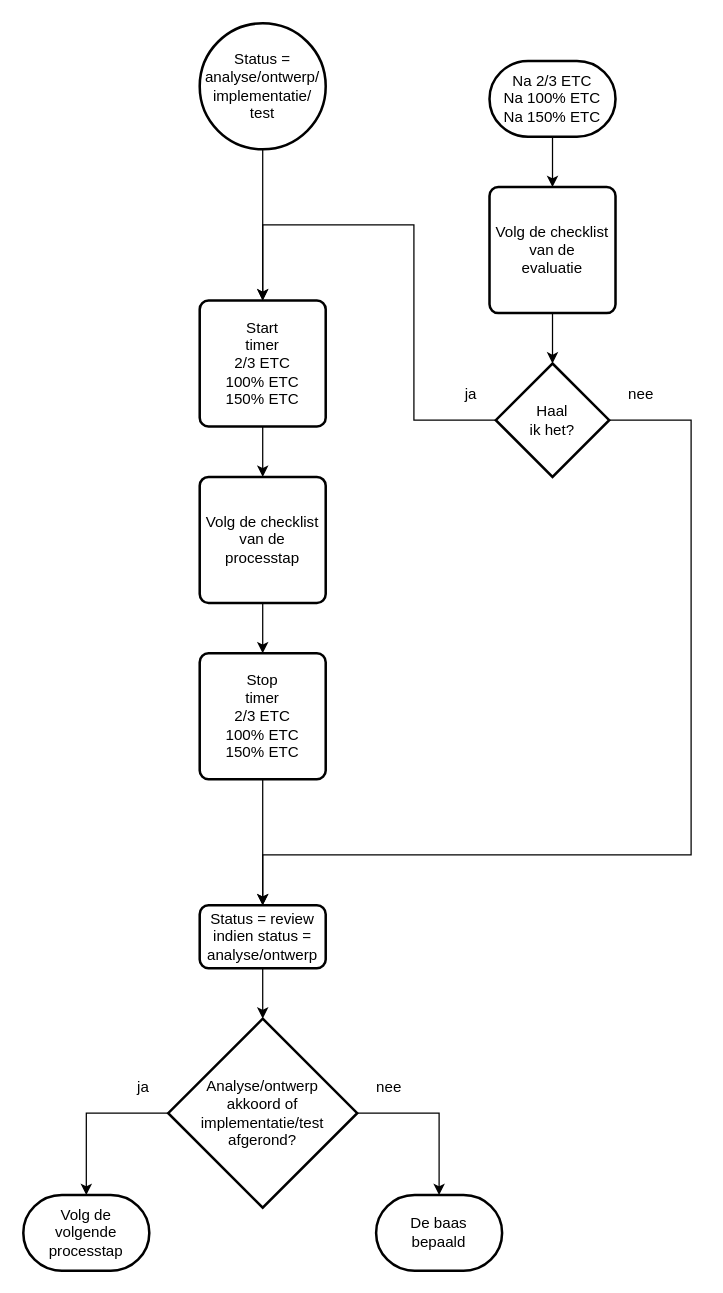
Earlier version of the draw.io diagram 2 Issue Tracker tijdtriggers.drawio (Zaibatsu89/IssueTracker). Source tidied: cells renumbered, new cells numbered last; positions are measured from the earlier drawing's top-left corner, leaving out a move shared by most shapes. Both pictures are drawn from the tidied source at 126%, with x=0, y=0 at pixel (23, 23).
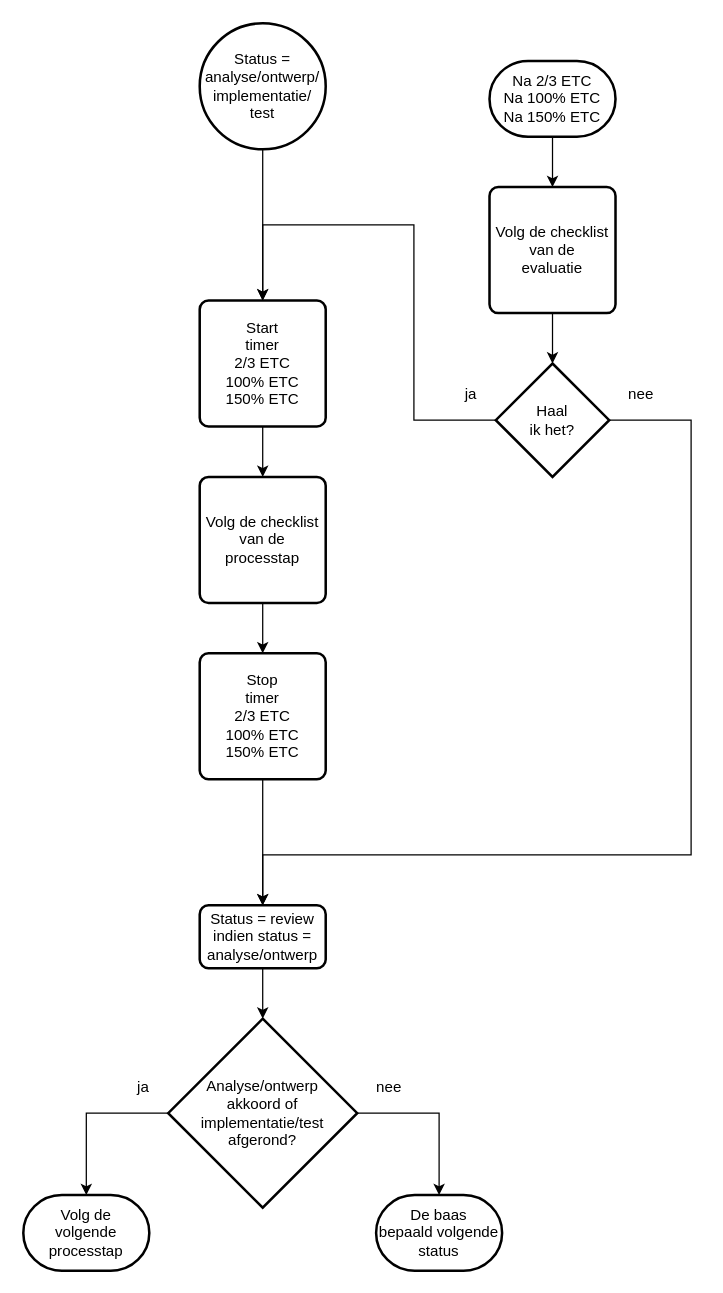
Above is the later version.

Commit message (it also covers changes not shown here):
Vervang “De baas bepaald” door “De baas bepaald volgende status” en haal vervolg weg zoals “Volg de analyse” in flowcharts

What changed in the source:
```diff
@@
-    <mxCell id="12" value="De baas&lt;br&gt;bepaald" style="strokeWidth=2;html=1;shape=mxgraph.flowchart.terminator;whiteSpace=wrap;" parent="1" vertex="1">
+    <mxCell id="12" value="De baas&lt;br&gt;bepaald volgende&lt;br&gt;status" style="strokeWidth=2;html=1;shape=mxgraph.flowchart.terminator;whiteSpace=wrap;" parent="1" vertex="1">
       <mxGeometry x="280" y="930" width="100" height="60" as="geometry" />
     </mxCell>
```
